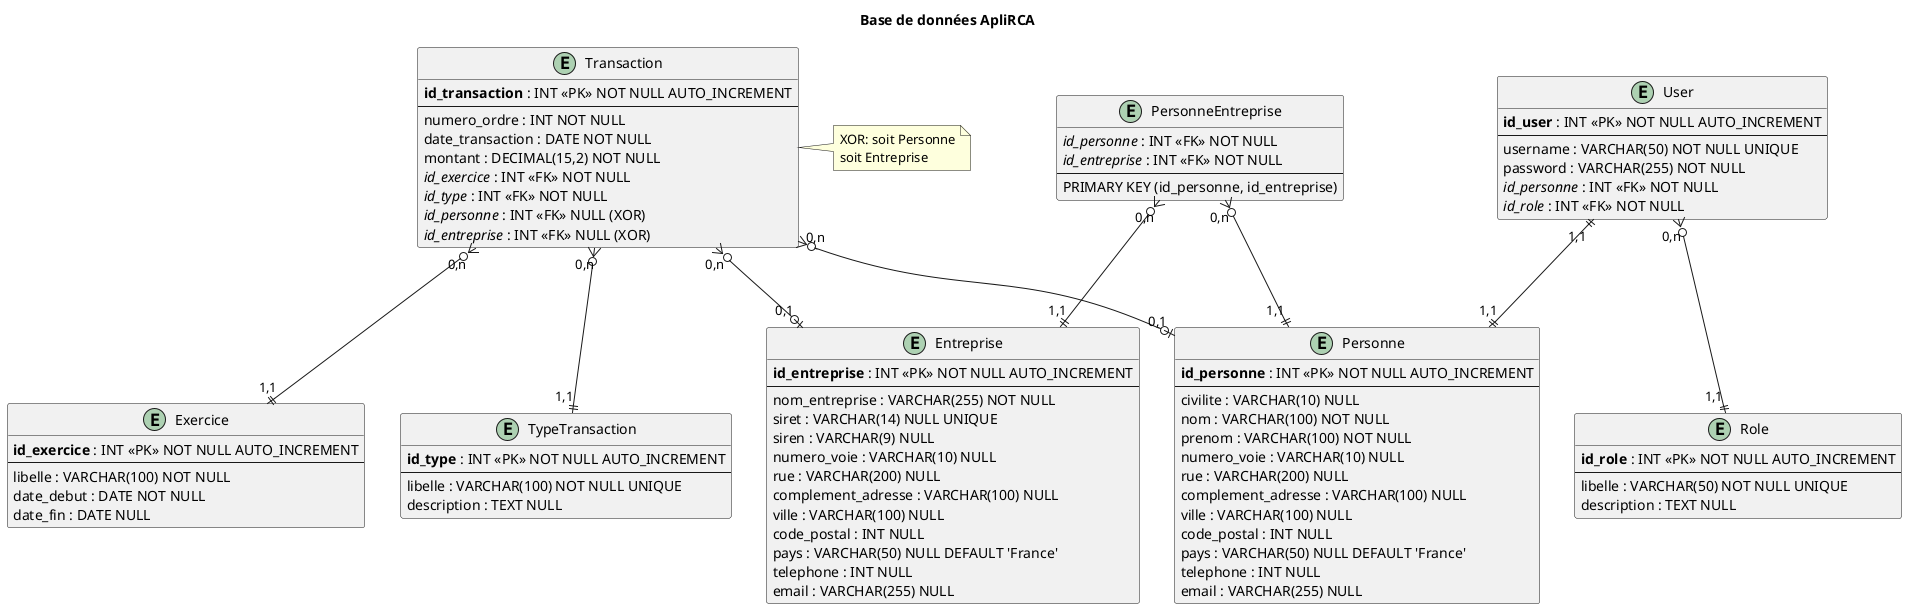
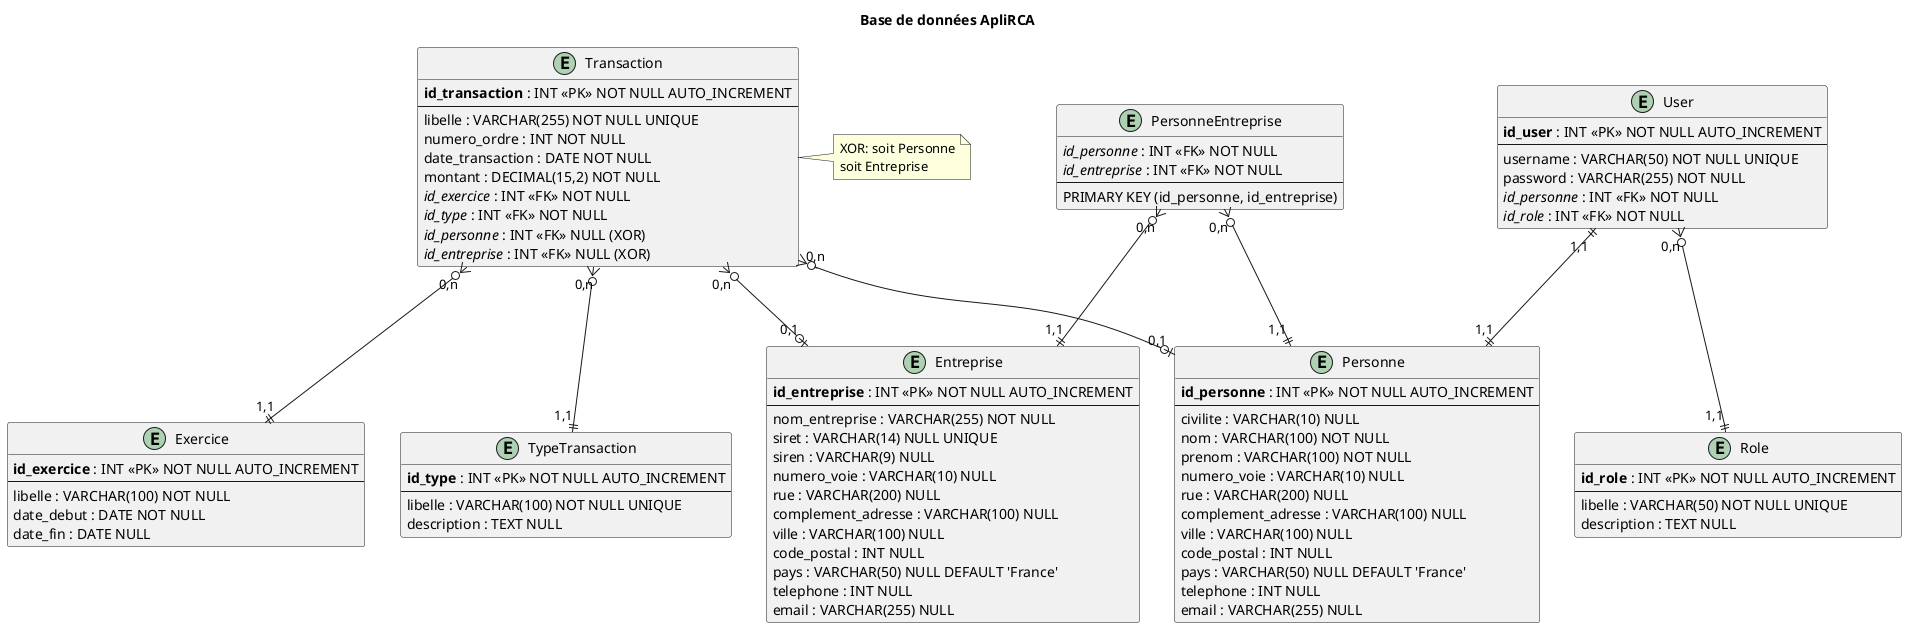
@startuml ApliRCA_Database_Diagram

title Base de données ApliRCA

' Tables de référence
entity "Role" as Role {
  **id_role** : INT <<PK>> NOT NULL AUTO_INCREMENT
  --
  libelle : VARCHAR(50) NOT NULL UNIQUE
  description : TEXT NULL
}

entity "TypeTransaction" as TypeTransaction {
  **id_type** : INT <<PK>> NOT NULL AUTO_INCREMENT
  --
  libelle : VARCHAR(100) NOT NULL UNIQUE
  description : TEXT NULL
}

entity "Exercice" as Exercice {
  **id_exercice** : INT <<PK>> NOT NULL AUTO_INCREMENT
  --
  libelle : VARCHAR(100) NOT NULL
  date_debut : DATE NOT NULL
  date_fin : DATE NULL
}

' Tables principales
entity "Personne" as Personne {
  **id_personne** : INT <<PK>> NOT NULL AUTO_INCREMENT
  --
  civilite : VARCHAR(10) NULL
  nom : VARCHAR(100) NOT NULL
  prenom : VARCHAR(100) NOT NULL
  numero_voie : VARCHAR(10) NULL
  rue : VARCHAR(200) NULL
  complement_adresse : VARCHAR(100) NULL
  ville : VARCHAR(100) NULL
  code_postal : INT NULL
  pays : VARCHAR(50) NULL DEFAULT 'France'
  telephone : INT NULL
  email : VARCHAR(255) NULL
}

entity "Entreprise" as Entreprise {
  **id_entreprise** : INT <<PK>> NOT NULL AUTO_INCREMENT
  --
  nom_entreprise : VARCHAR(255) NOT NULL
  siret : VARCHAR(14) NULL UNIQUE
  siren : VARCHAR(9) NULL
  numero_voie : VARCHAR(10) NULL
  rue : VARCHAR(200) NULL
  complement_adresse : VARCHAR(100) NULL
  ville : VARCHAR(100) NULL
  code_postal : INT NULL
  pays : VARCHAR(50) NULL DEFAULT 'France'
  telephone : INT NULL
  email : VARCHAR(255) NULL
}

entity "User" as User {
  **id_user** : INT <<PK>> NOT NULL AUTO_INCREMENT
  --
  username : VARCHAR(50) NOT NULL UNIQUE
  password : VARCHAR(255) NOT NULL
  //id_personne// : INT <<FK>> NOT NULL
  //id_role// : INT <<FK>> NOT NULL
}

entity "PersonneEntreprise" as PersonneEntreprise {
  //id_personne// : INT <<FK>> NOT NULL
  //id_entreprise// : INT <<FK>> NOT NULL
  --
  PRIMARY KEY (id_personne, id_entreprise)
}

entity "Transaction" as Transaction {
  **id_transaction** : INT <<PK>> NOT NULL AUTO_INCREMENT
  --
+   libelle : VARCHAR(255) NOT NULL UNIQUE
  numero_ordre : INT NOT NULL
  date_transaction : DATE NOT NULL
  montant : DECIMAL(15,2) NOT NULL
  //id_exercice// : INT <<FK>> NOT NULL
  //id_type// : INT <<FK>> NOT NULL
  //id_personne// : INT <<FK>> NULL (XOR)
  //id_entreprise// : INT <<FK>> NULL (XOR)
}

' Relations
User ||--|| Personne : "1,1" "1,1"
User }o--|| Role : "0,n" "1,1"

PersonneEntreprise }o--|| Personne : "0,n" "1,1"
PersonneEntreprise }o--|| Entreprise : "0,n" "1,1"

Transaction }o--|| Exercice : "0,n" "1,1"
Transaction }o--|| TypeTransaction : "0,n" "1,1"
Transaction }o--o| Personne : "0,n" "0,1"
Transaction }o--o| Entreprise : "0,n" "0,1"

note right of Transaction : XOR: soit Personne\nsoit Entreprise

@enduml